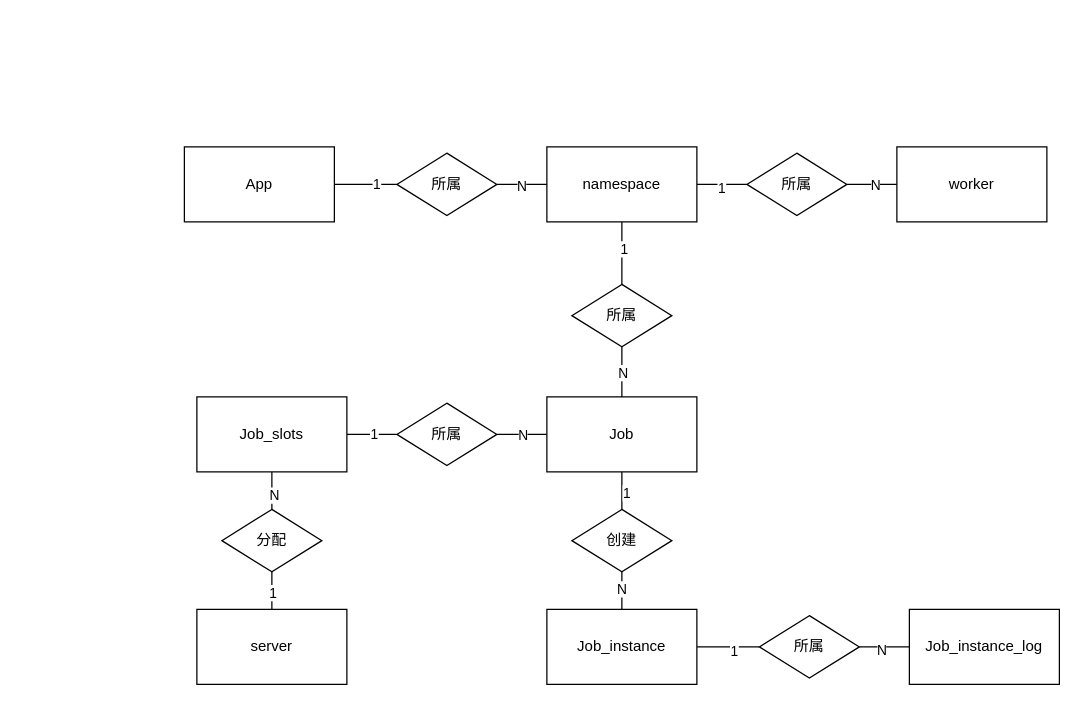
Before: page "第 5 页" (5 of 5) of 任务执行活动图.drawio in baimu7/homework, a draw.io diagram. Source tidied: cells renumbered, new cells numbered last; positions are measured from the earlier drawing's top-left corner, leaving out a move shared by most shapes. Both pictures are drawn from the tidied source at 125%, with x=0, y=0 at pixel (184, 146).
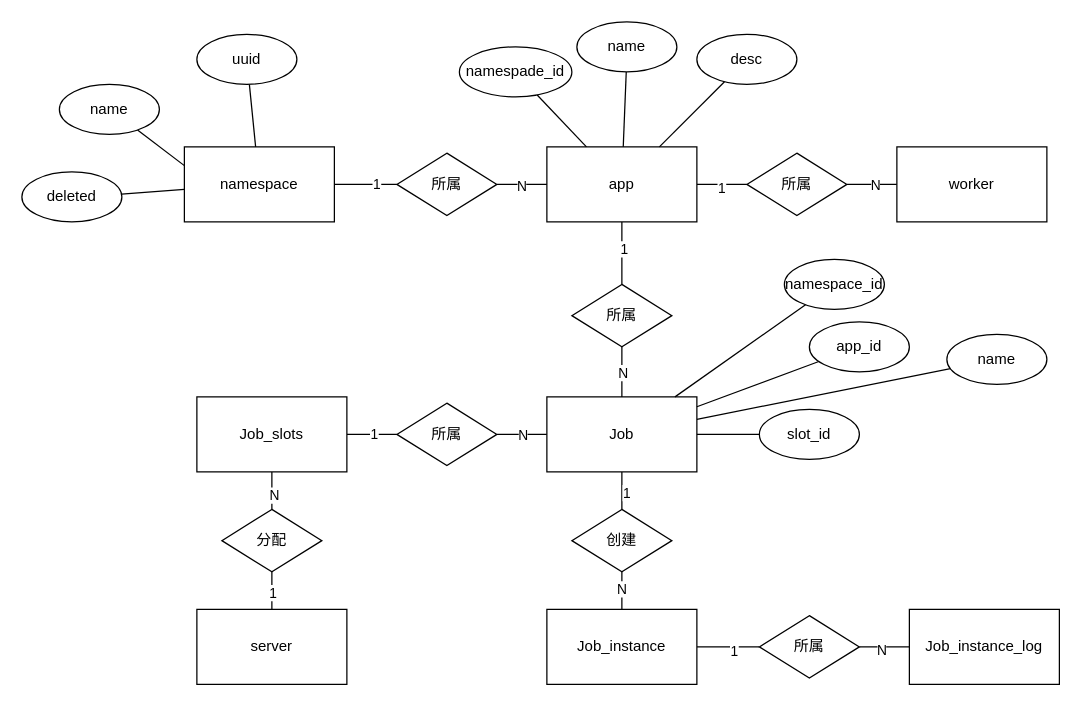
After the change.

Commit message:
更新任务执行活动图.drawio

Unchanged cells that the change refers to:
```xml
<mxCell id="14" value="Job" style="rounded=0;whiteSpace=wrap;html=1;" parent="1" vertex="1">
  <mxGeometry x="290" y="200" width="120" height="60" as="geometry" />
</mxCell>
```

The edit, as a diff of the source:
```diff
@@
-    <mxCell id="6" value="namespace" style="rounded=0;whiteSpace=wrap;html=1;" parent="1" vertex="1">
+    <mxCell id="6" value="app" style="rounded=0;whiteSpace=wrap;html=1;" parent="1" vertex="1">
       <mxGeometry x="290" width="120" height="60" as="geometry" />
     </mxCell>
@@
-    <mxCell id="9" value="App" style="rounded=0;whiteSpace=wrap;html=1;" parent="1" vertex="1">
+    <mxCell id="9" value="namespace" style="rounded=0;whiteSpace=wrap;html=1;" parent="1" vertex="1">
       <mxGeometry width="120" height="60" as="geometry" />
     </mxCell>
@@
+    <mxCell id="45" style="rounded=0;jettySize=auto;html=1;endArrow=none;endFill=0;entryX=0;entryY=0.25;entryDx=0;entryDy=0;" parent="1" edge="1" source="46" target="9">
+      <mxGeometry relative="1" as="geometry" />
+    </mxCell>
+    <mxCell id="46" value="name" style="ellipse;whiteSpace=wrap;html=1;" parent="1" vertex="1">
+      <mxGeometry x="-100" y="-50" width="80" height="40" as="geometry" />
+    </mxCell>
+    <mxCell id="47" style="rounded=0;jettySize=auto;html=1;endArrow=none;endFill=0;" parent="1" edge="1" source="48" target="9">
+      <mxGeometry relative="1" as="geometry" />
+    </mxCell>
+    <mxCell id="48" value="uuid" style="ellipse;whiteSpace=wrap;html=1;" parent="1" vertex="1">
+      <mxGeometry x="10" y="-90" width="80" height="40" as="geometry" />
+    </mxCell>
+    <mxCell id="49" style="rounded=0;jettySize=auto;html=1;endArrow=none;endFill=0;" parent="1" edge="1" source="50" target="9">
+      <mxGeometry relative="1" as="geometry" />
+    </mxCell>
+    <mxCell id="50" value="deleted" style="ellipse;whiteSpace=wrap;html=1;" parent="1" vertex="1">
+      <mxGeometry x="-130" y="20" width="80" height="40" as="geometry" />
+    </mxCell>
+    <mxCell id="51" style="rounded=0;jettySize=auto;html=1;endArrow=none;endFill=0;" parent="1" edge="1" source="52" target="6">
+      <mxGeometry relative="1" as="geometry" />
+    </mxCell>
+    <mxCell id="52" value="namespade_id" style="ellipse;whiteSpace=wrap;html=1;" parent="1" vertex="1">
+      <mxGeometry x="220" y="-80" width="90" height="40" as="geometry" />
+    </mxCell>
+    <mxCell id="53" style="rounded=0;jettySize=auto;html=1;endArrow=none;endFill=0;" parent="1" edge="1" source="54" target="6">
+      <mxGeometry relative="1" as="geometry" />
+    </mxCell>
+    <mxCell id="54" value="name" style="ellipse;whiteSpace=wrap;html=1;" parent="1" vertex="1">
+      <mxGeometry x="314" y="-100" width="80" height="40" as="geometry" />
+    </mxCell>
+    <mxCell id="55" style="rounded=0;jettySize=auto;html=1;endArrow=none;endFill=0;" parent="1" edge="1" source="56" target="6">
+      <mxGeometry relative="1" as="geometry" />
+    </mxCell>
+    <mxCell id="56" value="desc" style="ellipse;whiteSpace=wrap;html=1;" parent="1" vertex="1">
+      <mxGeometry x="410" y="-90" width="80" height="40" as="geometry" />
+    </mxCell>
+    <mxCell id="57" style="rounded=0;jettySize=auto;html=1;endArrow=none;endFill=0;" parent="1" edge="1" source="58" target="14">
+      <mxGeometry relative="1" as="geometry" />
+    </mxCell>
+    <mxCell id="58" value="namespace_id" style="ellipse;whiteSpace=wrap;html=1;" parent="1" vertex="1">
+      <mxGeometry x="480" y="90" width="80" height="40" as="geometry" />
+    </mxCell>
+    <mxCell id="59" style="rounded=0;jettySize=auto;html=1;endArrow=none;endFill=0;" parent="1" edge="1" source="60" target="14">
+      <mxGeometry relative="1" as="geometry" />
+    </mxCell>
+    <mxCell id="60" value="app_id" style="ellipse;whiteSpace=wrap;html=1;" parent="1" vertex="1">
+      <mxGeometry x="500" y="140" width="80" height="40" as="geometry" />
+    </mxCell>
+    <mxCell id="61" style="rounded=0;jettySize=auto;html=1;endArrow=none;endFill=0;" parent="1" edge="1" source="62" target="14">
+      <mxGeometry relative="1" as="geometry" />
+    </mxCell>
+    <mxCell id="62" value="name" style="ellipse;whiteSpace=wrap;html=1;" parent="1" vertex="1">
+      <mxGeometry x="610" y="150" width="80" height="40" as="geometry" />
+    </mxCell>
+    <mxCell id="63" style="rounded=0;jettySize=auto;html=1;endArrow=none;endFill=0;" parent="1" edge="1" source="64" target="14">
+      <mxGeometry relative="1" as="geometry" />
+    </mxCell>
+    <mxCell id="64" value="slot_id" style="ellipse;whiteSpace=wrap;html=1;" parent="1" vertex="1">
+      <mxGeometry x="460" y="210" width="80" height="40" as="geometry" />
+    </mxCell>
```
